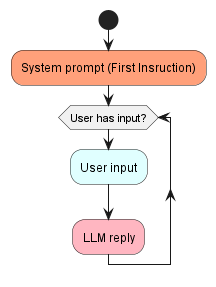
pakshuang/ai-chat-survey keeps this PlantUML diagram as docs/diagrams/images/no-prompt-eng.png. Above is the earlier version.
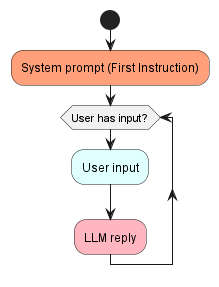
Above is the later version.

What changed in the source:
```diff
@@ -4,7 +4,7 @@
 skinparam BackgroundColor transparent
 
 start
-#LightSalmon:System prompt (First Insruction);
+#LightSalmon:System prompt (First Instruction);
 while (User has input?)
     #LightCyan:User input;
     #LightPink:LLM reply;
```
